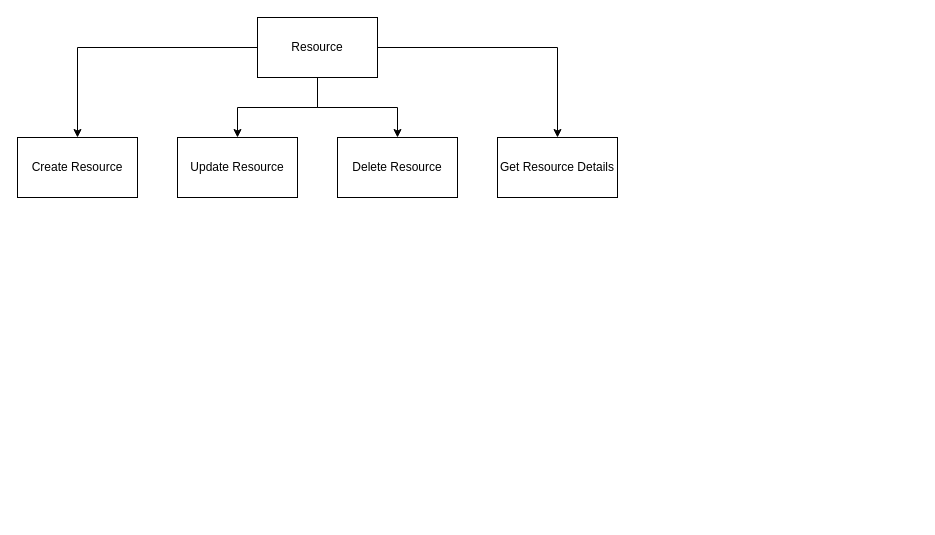
Before: diagrams/FDD/Resource FDD.drawio in Apollo-LW/Apollo-LW, a draw.io diagram. Source tidied: cells renumbered, new cells numbered last; positions are measured from the earlier drawing's top-left corner, leaving out a move shared by most shapes. Both pictures are drawn from the tidied source at 100%, with x=0, y=0 at pixel (17, 17).
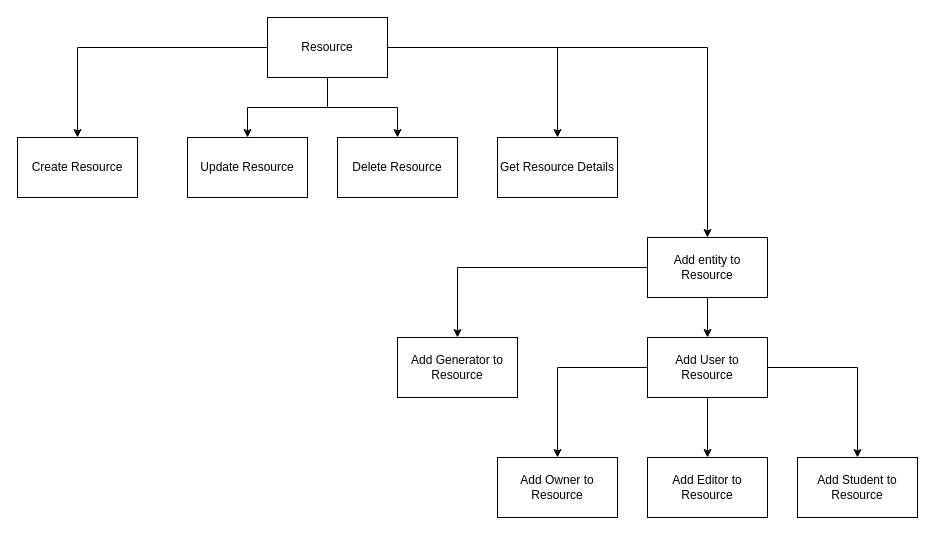
After the change.

Commit message:
add relation functionality for resources

What changed in the source:
```diff
@@
+    <mxCell id="11" style="edgeStyle=orthogonalEdgeStyle;rounded=0;jettySize=auto;html=1;entryX=0.5;entryY=0;entryDx=0;entryDy=0;" parent="1" edge="1" source="6" target="14">
+      <mxGeometry relative="1" as="geometry" />
+    </mxCell>
     <mxCell id="6" value="Resource" style="rounded=0;whiteSpace=wrap;html=1;" parent="1" vertex="1">
-      <mxGeometry x="240" width="120" height="60" as="geometry" />
+      <mxGeometry x="250" width="120" height="60" as="geometry" />
     </mxCell>
@@
     <mxCell id="8" value="Update Resource" style="rounded=0;whiteSpace=wrap;html=1;" parent="1" vertex="1">
-      <mxGeometry x="160" y="120" width="120" height="60" as="geometry" />
+      <mxGeometry x="170" y="120" width="120" height="60" as="geometry" />
     </mxCell>
@@
+    <mxCell id="12" style="edgeStyle=orthogonalEdgeStyle;rounded=0;jettySize=auto;html=1;entryX=0.5;entryY=0;entryDx=0;entryDy=0;" parent="1" edge="1" source="14" target="18">
+      <mxGeometry relative="1" as="geometry" />
+    </mxCell>
+    <mxCell id="13" style="edgeStyle=orthogonalEdgeStyle;rounded=0;jettySize=auto;html=1;entryX=0.5;entryY=0;entryDx=0;entryDy=0;" parent="1" edge="1" source="14" target="22">
+      <mxGeometry relative="1" as="geometry" />
+    </mxCell>
+    <mxCell id="14" value="Add entity to Resource" style="rounded=0;whiteSpace=wrap;html=1;" parent="1" vertex="1">
+      <mxGeometry x="630" y="220" width="120" height="60" as="geometry" />
+    </mxCell>
+    <mxCell id="15" style="edgeStyle=orthogonalEdgeStyle;rounded=0;jettySize=auto;html=1;entryX=0.5;entryY=0;entryDx=0;entryDy=0;" parent="1" edge="1" source="18" target="19">
+      <mxGeometry relative="1" as="geometry" />
+    </mxCell>
+    <mxCell id="16" style="edgeStyle=orthogonalEdgeStyle;rounded=0;jettySize=auto;html=1;entryX=0.5;entryY=0;entryDx=0;entryDy=0;" parent="1" edge="1" source="18" target="20">
+      <mxGeometry relative="1" as="geometry" />
+    </mxCell>
+    <mxCell id="17" style="edgeStyle=orthogonalEdgeStyle;rounded=0;jettySize=auto;html=1;entryX=0.5;entryY=0;entryDx=0;entryDy=0;" parent="1" edge="1" source="18" target="21">
+      <mxGeometry relative="1" as="geometry" />
+    </mxCell>
+    <mxCell id="18" value="Add User to Resource" style="rounded=0;whiteSpace=wrap;html=1;" parent="1" vertex="1">
+      <mxGeometry x="630" y="320" width="120" height="60" as="geometry" />
+    </mxCell>
+    <mxCell id="19" value="Add Owner to Resource" style="rounded=0;whiteSpace=wrap;html=1;" parent="1" vertex="1">
+      <mxGeometry x="480" y="440" width="120" height="60" as="geometry" />
+    </mxCell>
+    <mxCell id="20" value="Add Editor to Resource" style="rounded=0;whiteSpace=wrap;html=1;" parent="1" vertex="1">
+      <mxGeometry x="630" y="440" width="120" height="60" as="geometry" />
+    </mxCell>
+    <mxCell id="21" value="Add Student to Resource" style="rounded=0;whiteSpace=wrap;html=1;" parent="1" vertex="1">
+      <mxGeometry x="780" y="440" width="120" height="60" as="geometry" />
+    </mxCell>
+    <mxCell id="22" value="Add Generator to Resource" style="rounded=0;whiteSpace=wrap;html=1;" parent="1" vertex="1">
+      <mxGeometry x="380" y="320" width="120" height="60" as="geometry" />
+    </mxCell>
```
